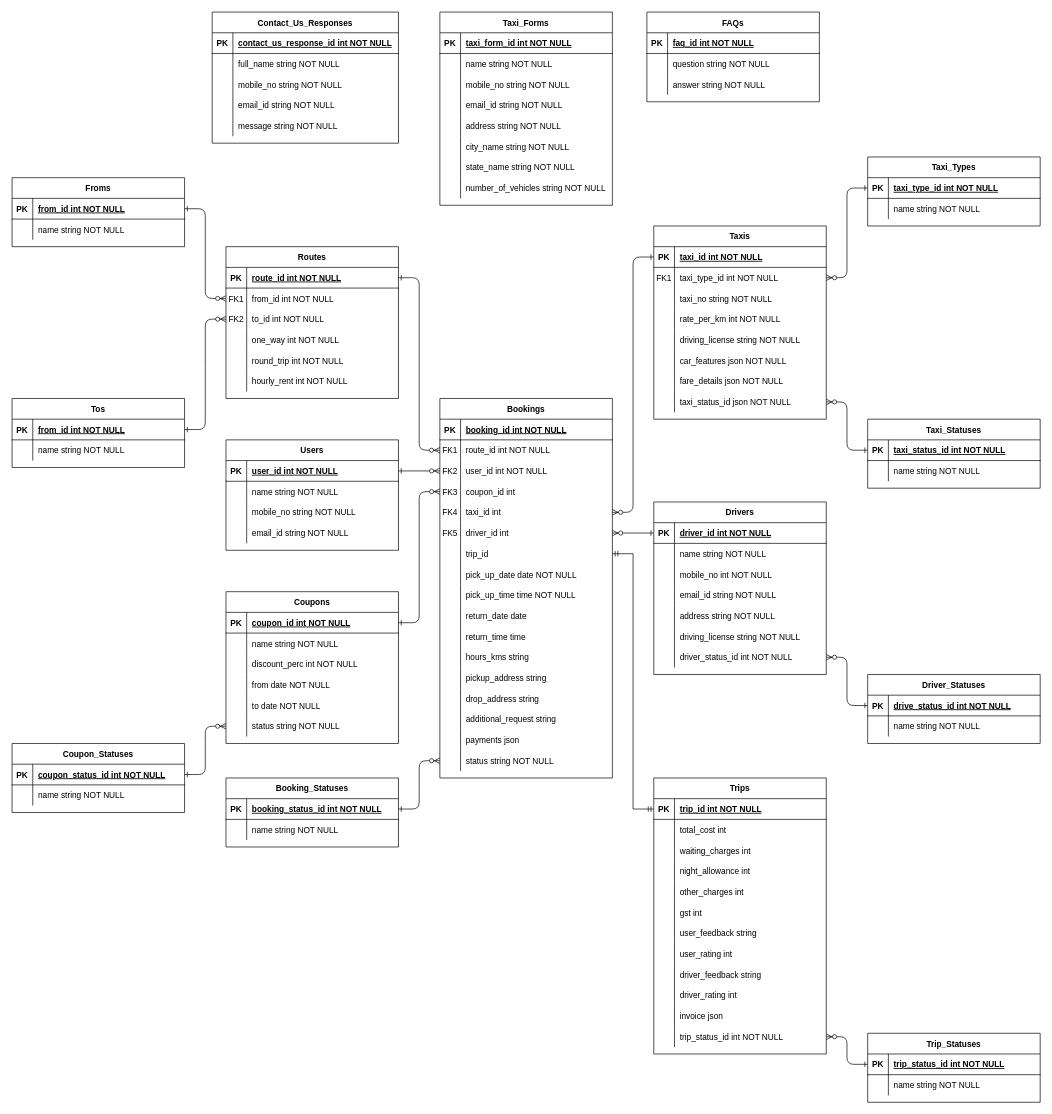
The draw.io diagram BTCv2.drawio in TechManTejas/BombayTaxiCo_Express_Backend, before the edit. Source tidied: cells renumbered, new cells numbered last; positions are measured from the earlier drawing's top-left corner, leaving out a move shared by most shapes. Both pictures are drawn from the tidied source at 69%, with x=0, y=0 at pixel (12, 12).
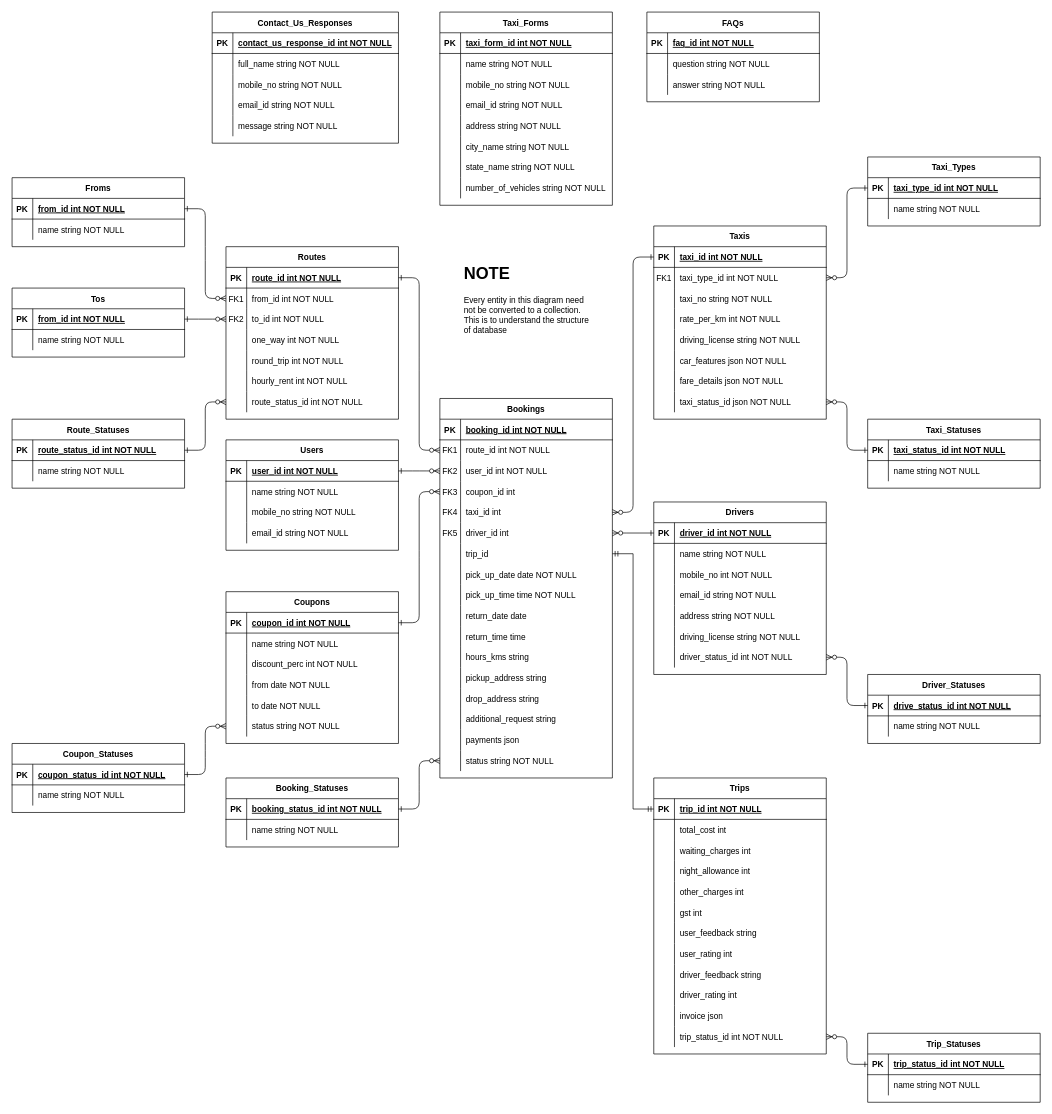
The same diagram, later.

Change to the diagram source:
```diff
@@
     <mxCell id="84" value="Tos" style="shape=table;startSize=30;childLayout=tableLayout;rowLines=0;fontStyle=1;align=center;gradientColor=default;fillColor=none;" parent="1" vertex="1">
-      <mxGeometry y="560" width="250" height="100" as="geometry" />
+      <mxGeometry y="400" width="250" height="100" as="geometry" />
     </mxCell>
@@
     <mxCell id="91" value="Routes" style="shape=table;startSize=30;childLayout=tableLayout;rowLines=0;fontStyle=1;align=center;gradientColor=default;fillColor=none;" parent="1" vertex="1">
-      <mxGeometry x="310" y="340" width="250" height="220" as="geometry" />
+      <mxGeometry x="310" y="340" width="250" height="250" as="geometry" />
     </mxCell>
@@
+    <mxCell id="310" style="shape=partialRectangle;fillColor=none;points=[[0,0.5],[1,0.5]];portConstraint=eastwest;top=0;left=0;right=0;bottom=0;" parent="91" vertex="1">
+      <mxGeometry y="210" width="250" height="30" as="geometry" />
+    </mxCell>
+    <mxCell id="311" style="shape=partialRectangle;overflow=hidden;fillColor=none;top=0;left=0;bottom=0;right=0;" parent="310" vertex="1">
+      <mxGeometry width="30" height="30" as="geometry" />
+    </mxCell>
+    <mxCell id="312" value="route_status_id int NOT NULL" style="shape=partialRectangle;overflow=hidden;fillColor=none;top=0;left=0;bottom=0;right=0;align=left;spacingLeft=6;" parent="310" vertex="1">
+      <mxGeometry x="30" width="220" height="30" as="geometry" />
+    </mxCell>
@@
+    <mxCell id="313" value="Route_Statuses" style="shape=table;startSize=30;childLayout=tableLayout;rowLines=0;fontStyle=1;align=center;gradientColor=default;fillColor=none;" parent="1" vertex="1">
+      <mxGeometry y="590" width="250" height="100" as="geometry" />
+    </mxCell>
+    <mxCell id="314" style="shape=partialRectangle;fillColor=none;points=[[0,0.5],[1,0.5]];portConstraint=eastwest;top=0;left=0;right=0;bottom=1;" parent="313" vertex="1">
+      <mxGeometry y="30" width="250" height="30" as="geometry" />
+    </mxCell>
+    <mxCell id="315" value="PK" style="shape=partialRectangle;overflow=hidden;fillColor=none;top=0;left=0;bottom=0;right=0;fontStyle=1;" parent="314" vertex="1">
+      <mxGeometry width="30" height="30" as="geometry" />
+    </mxCell>
+    <mxCell id="316" value="route_status_id int NOT NULL " style="shape=partialRectangle;overflow=hidden;fillColor=none;top=0;left=0;bottom=0;right=0;align=left;spacingLeft=6;fontStyle=5;" parent="314" vertex="1">
+      <mxGeometry x="30" width="220" height="30" as="geometry" />
+    </mxCell>
+    <mxCell id="317" style="shape=partialRectangle;fillColor=none;top=0;left=0;right=0;bottom=0;" parent="313" vertex="1">
+      <mxGeometry y="60" width="250" height="30" as="geometry" />
+    </mxCell>
+    <mxCell id="318" style="shape=partialRectangle;overflow=hidden;fillColor=none;top=0;left=0;bottom=0;right=0;" parent="317" vertex="1">
+      <mxGeometry width="30" height="30" as="geometry" />
+    </mxCell>
+    <mxCell id="319" value="name string NOT NULL" style="shape=partialRectangle;overflow=hidden;fillColor=none;top=0;left=0;bottom=0;right=0;align=left;spacingLeft=6;" parent="317" vertex="1">
+      <mxGeometry x="30" width="220" height="30" as="geometry" />
+    </mxCell>
+    <mxCell id="320" style="edgeStyle=entityRelationEdgeStyle;endArrow=ERzeroToMany;startArrow=ERone;endFill=1;startFill=0;exitX=1;exitY=0.5;exitDx=0;exitDy=0;entryX=0;entryY=0.5;entryDx=0;entryDy=0;" parent="1" edge="1" source="314" target="310">
+      <mxGeometry relative="1" as="geometry" />
+    </mxCell>
+    <mxCell id="321" value="&lt;h1&gt;NOTE&lt;/h1&gt;&lt;p&gt;Every entity in this diagram need not be converted to a collection. This is to understand the structure of database&lt;/p&gt;" style="text;html=1;strokeColor=none;fillColor=none;spacing=5;spacingTop=-20;whiteSpace=wrap;overflow=hidden;rounded=0;" parent="1" vertex="1">
+      <mxGeometry x="650" y="360" width="190" height="120" as="geometry" />
+    </mxCell>
```
